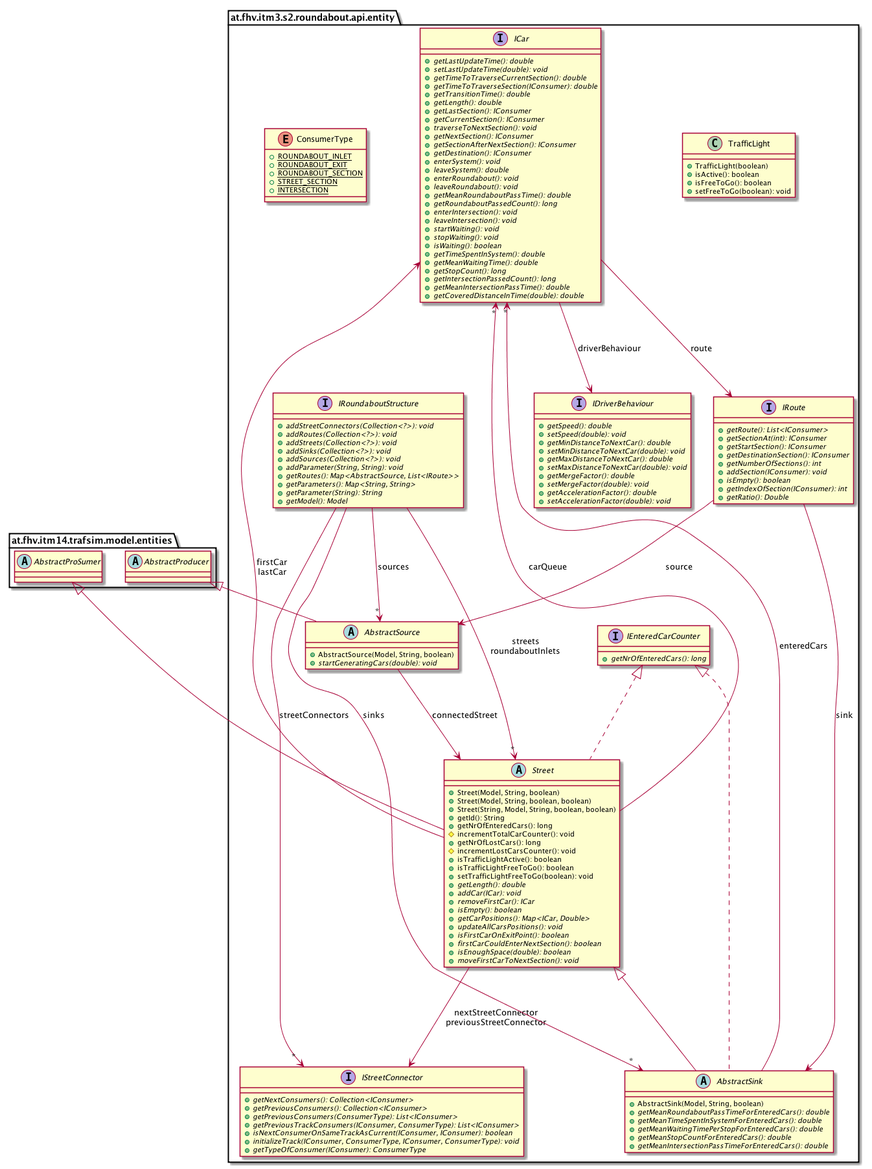
Earlier version of the PlantUML export images/uml-class/at.fhv.itm3.s2.roundabout.api.entity.package.png (sereGkaluv/Roundabout-Simulation-Library).
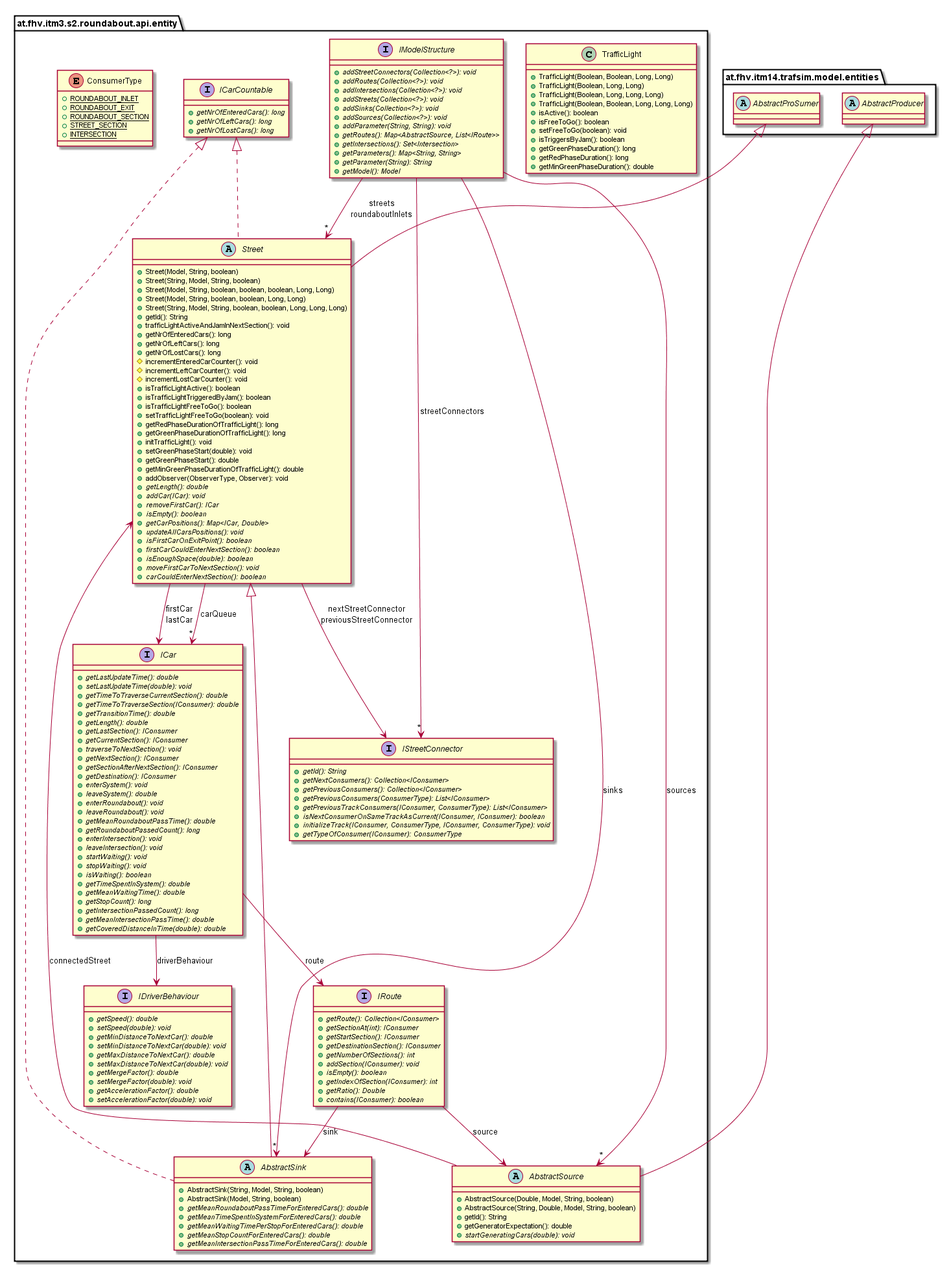
The same diagram one commit later.

What changed in the source:
```diff
@@ -1,6 +1,97 @@
 @startuml
 
     namespace at.fhv.itm3.s2.roundabout.api.entity {
+
+        class TrafficLight [[../../../../../at/fhv/itm3/s2/roundabout/api/entity/TrafficLight.html]] {
+            +TrafficLight(Boolean, Boolean, Long, Long)
+            +TrafficLight(Boolean, Long, Long)
+            +TrafficLight(Boolean, Long, Long, Long)
+            +TrafficLight(Boolean, Boolean, Long, Long, Long)
+            +isActive(): boolean
+            +isFreeToGo(): boolean
+            +setFreeToGo(boolean): void
+            +isTriggersByJam(): boolean
+            +getGreenPhaseDuration(): long
+            +getRedPhaseDuration(): long
+            +getMinGreenPhaseDuration(): double
+        }
+
+        abstract class Street [[../../../../../at/fhv/itm3/s2/roundabout/api/entity/Street.html]] {
+            +Street(Model, String, boolean)
+            +Street(String, Model, String, boolean)
+            +Street(Model, String, boolean, boolean, boolean, Long, Long)
+            +Street(Model, String, boolean, boolean, Long, Long)
+            +Street(String, Model, String, boolean, boolean, Long, Long, Long)
+            +getId(): String
+            +trafficLightActiveAndJamInNextSection(): void
+            +getNrOfEnteredCars(): long
+            +getNrOfLeftCars(): long
+            +getNrOfLostCars(): long
+            #incrementEnteredCarCounter(): void
+            #incrementLeftCarCounter(): void
+            #incrementLostCarCounter(): void
+            +isTrafficLightActive(): boolean
+            +isTrafficLightTriggeredByJam(): boolean
+            +isTrafficLightFreeToGo(): boolean
+            +setTrafficLightFreeToGo(boolean): void
+            +getRedPhaseDurationOfTrafficLight(): long
+            +getGreenPhaseDurationOfTrafficLight(): long
+            +initTrafficLight(): void
+            +setGreenPhaseStart(double): void
+            +getGreenPhaseStart(): double
+            +getMinGreenPhaseDurationOfTrafficLight(): double
+            +addObserver(ObserverType, Observer): void
+            {abstract} +getLength(): double
+            {abstract} +addCar(ICar): void
+            {abstract} +removeFirstCar(): ICar
+            {abstract} +isEmpty(): boolean
+            {abstract} +getCarPositions(): Map<ICar, Double>
+            {abstract} +updateAllCarsPositions(): void
+            {abstract} +isFirstCarOnExitPoint(): boolean
+            {abstract} +firstCarCouldEnterNextSection(): boolean
+            {abstract} +isEnoughSpace(double): boolean
+            {abstract} +moveFirstCarToNextSection(): void
+            {abstract} +carCouldEnterNextSection(): boolean
+        }
+
+        interface IStreetConnector [[../../../../../at/fhv/itm3/s2/roundabout/api/entity/IStreetConnector.html]] {
+            {abstract} +getId(): String
+            {abstract} +getNextConsumers(): Collection<IConsumer>
+            {abstract} +getPreviousConsumers(): Collection<IConsumer>
+            {abstract} +getPreviousConsumers(ConsumerType): List<IConsumer>
+            {abstract} +getPreviousTrackConsumers(IConsumer, ConsumerType): List<IConsumer>
+            {abstract} +isNextConsumerOnSameTrackAsCurrent(IConsumer, IConsumer): boolean
+            {abstract} +initializeTrack(IConsumer, ConsumerType, IConsumer, ConsumerType): void
+            {abstract} +getTypeOfConsumer(IConsumer): ConsumerType
+        }
+
+        interface IRoute [[../../../../../at/fhv/itm3/s2/roundabout/api/entity/IRoute.html]] {
+            {abstract} +getRoute(): Collection<IConsumer>
+            {abstract} +getSectionAt(int): IConsumer
+            {abstract} +getStartSection(): IConsumer
+            {abstract} +getDestinationSection(): IConsumer
+            {abstract} +getNumberOfSections(): int
+            {abstract} +addSection(IConsumer): void
+            {abstract} +isEmpty(): boolean
+            {abstract} +getIndexOfSection(IConsumer): int
+            {abstract} +getRatio(): Double
+            {abstract} +contains(IConsumer): boolean
+        }
+
+        interface IModelStructure [[../../../../../at/fhv/itm3/s2/roundabout/api/entity/IModelStructure.html]] {
+            {abstract} +addStreetConnectors(Collection<?>): void
+            {abstract} +addRoutes(Collection<?>): void
+            {abstract} +addIntersections(Collection<?>): void
+            {abstract} +addStreets(Collection<?>): void
+            {abstract} +addSinks(Collection<?>): void
+            {abstract} +addSources(Collection<?>): void
+            {abstract} +addParameter(String, String): void
+            {abstract} +getRoutes(): Map<AbstractSource, List<IRoute>>
+            {abstract} +getIntersections(): Set<Intersection>
+            {abstract} +getParameters(): Map<String, String>
+            {abstract} +getParameter(String): String
+            {abstract} +getModel(): Model
+        }
 
         interface IDriverBehaviour [[../../../../../at/fhv/itm3/s2/roundabout/api/entity/IDriverBehaviour.html]] {
             {abstract} +getSpeed(): double
@@ -15,75 +106,10 @@
             {abstract} +setAccelerationFactor(double): void
         }
 
-        class TrafficLight [[../../../../../at/fhv/itm3/s2/roundabout/api/entity/TrafficLight.html]] {
-            +TrafficLight(boolean)
-            +isActive(): boolean
-            +isFreeToGo(): boolean
-            +setFreeToGo(boolean): void
-        }
-
-        interface IStreetConnector [[../../../../../at/fhv/itm3/s2/roundabout/api/entity/IStreetConnector.html]] {
-            {abstract} +getNextConsumers(): Collection<IConsumer>
-            {abstract} +getPreviousConsumers(): Collection<IConsumer>
-            {abstract} +getPreviousConsumers(ConsumerType): List<IConsumer>
-            {abstract} +getPreviousTrackConsumers(IConsumer, ConsumerType): List<IConsumer>
-            {abstract} +isNextConsumerOnSameTrackAsCurrent(IConsumer, IConsumer): boolean
-            {abstract} +initializeTrack(IConsumer, ConsumerType, IConsumer, ConsumerType): void
-            {abstract} +getTypeOfConsumer(IConsumer): ConsumerType
-        }
-
-        abstract class AbstractSource [[../../../../../at/fhv/itm3/s2/roundabout/api/entity/AbstractSource.html]] {
-            +AbstractSource(Model, String, boolean)
-            {abstract} +startGeneratingCars(double): void
-        }
-
-        abstract class Street [[../../../../../at/fhv/itm3/s2/roundabout/api/entity/Street.html]] {
-            +Street(Model, String, boolean)
-            +Street(Model, String, boolean, boolean)
-            +Street(String, Model, String, boolean, boolean)
-            +getId(): String
-            +getNrOfEnteredCars(): long
-            #incrementTotalCarCounter(): void
-            +getNrOfLostCars(): long
-            #incrementLostCarsCounter(): void
-            +isTrafficLightActive(): boolean
-            +isTrafficLightFreeToGo(): boolean
-            +setTrafficLightFreeToGo(boolean): void
-            {abstract} +getLength(): double
-            {abstract} +addCar(ICar): void
-            {abstract} +removeFirstCar(): ICar
-            {abstract} +isEmpty(): boolean
-            {abstract} +getCarPositions(): Map<ICar, Double>
-            {abstract} +updateAllCarsPositions(): void
-            {abstract} +isFirstCarOnExitPoint(): boolean
-            {abstract} +firstCarCouldEnterNextSection(): boolean
-            {abstract} +isEnoughSpace(double): boolean
-            {abstract} +moveFirstCarToNextSection(): void
-        }
-
-        interface IRoute [[../../../../../at/fhv/itm3/s2/roundabout/api/entity/IRoute.html]] {
-            {abstract} +getRoute(): List<IConsumer>
-            {abstract} +getSectionAt(int): IConsumer
-            {abstract} +getStartSection(): IConsumer
-            {abstract} +getDestinationSection(): IConsumer
-            {abstract} +getNumberOfSections(): int
-            {abstract} +addSection(IConsumer): void
-            {abstract} +isEmpty(): boolean
-            {abstract} +getIndexOfSection(IConsumer): int
-            {abstract} +getRatio(): Double
-        }
-
-        abstract class AbstractSink [[../../../../../at/fhv/itm3/s2/roundabout/api/entity/AbstractSink.html]] {
-            +AbstractSink(Model, String, boolean)
-            {abstract} +getMeanRoundaboutPassTimeForEnteredCars(): double
-            {abstract} +getMeanTimeSpentInSystemForEnteredCars(): double
-            {abstract} +getMeanWaitingTimePerStopForEnteredCars(): double
-            {abstract} +getMeanStopCountForEnteredCars(): double
-            {abstract} +getMeanIntersectionPassTimeForEnteredCars(): double
-        }
-
-        interface IEnteredCarCounter [[../../../../../at/fhv/itm3/s2/roundabout/api/entity/IEnteredCarCounter.html]] {
+        interface ICarCountable [[../../../../../at/fhv/itm3/s2/roundabout/api/entity/ICarCountable.html]] {
             {abstract} +getNrOfEnteredCars(): long
+            {abstract} +getNrOfLeftCars(): long
+            {abstract} +getNrOfLostCars(): long
         }
 
         interface ICar [[../../../../../at/fhv/itm3/s2/roundabout/api/entity/ICar.html]] {
@@ -126,32 +152,35 @@
             {static} +INTERSECTION
         }
 
-        interface IRoundaboutStructure [[../../../../../at/fhv/itm3/s2/roundabout/api/entity/IRoundaboutStructure.html]] {
-            {abstract} +addStreetConnectors(Collection<?>): void
-            {abstract} +addRoutes(Collection<?>): void
-            {abstract} +addStreets(Collection<?>): void
-            {abstract} +addSinks(Collection<?>): void
-            {abstract} +addSources(Collection<?>): void
-            {abstract} +addParameter(String, String): void
-            {abstract} +getRoutes(): Map<AbstractSource, List<IRoute>>
-            {abstract} +getParameters(): Map<String, String>
-            {abstract} +getParameter(String): String
-            {abstract} +getModel(): Model
+        abstract class AbstractSource [[../../../../../at/fhv/itm3/s2/roundabout/api/entity/AbstractSource.html]] {
+            +AbstractSource(Double, Model, String, boolean)
+            +AbstractSource(String, Double, Model, String, boolean)
+            +getId(): String
+            +getGeneratorExpectation(): double
+            {abstract} +startGeneratingCars(double): void
         }
+
+        abstract class AbstractSink [[../../../../../at/fhv/itm3/s2/roundabout/api/entity/AbstractSink.html]] {
+            +AbstractSink(String, Model, String, boolean)
+            +AbstractSink(Model, String, boolean)
+            {abstract} +getMeanRoundaboutPassTimeForEnteredCars(): double
+            {abstract} +getMeanTimeSpentInSystemForEnteredCars(): double
+            {abstract} +getMeanWaitingTimePerStopForEnteredCars(): double
+            {abstract} +getMeanStopCountForEnteredCars(): double
+            {abstract} +getMeanIntersectionPassTimeForEnteredCars(): double
+        }
+
+        abstract class at.fhv.itm14.trafsim.model.entities.AbstractProSumer
+        at.fhv.itm14.trafsim.model.entities.AbstractProSumer <|-- Street
+
+        ICarCountable <|.. Street
 
         abstract class at.fhv.itm14.trafsim.model.entities.AbstractProducer
         at.fhv.itm14.trafsim.model.entities.AbstractProducer <|-- AbstractSource
 
-        abstract class at.fhv.itm14.trafsim.model.entities.AbstractProSumer
-        at.fhv.itm14.trafsim.model.entities.AbstractProSumer <|-- Street
-
-        IEnteredCarCounter <|.. Street
-
         Street <|-- AbstractSink
 
-        IEnteredCarCounter <|.. AbstractSink
-
-        AbstractSource --> Street: connectedStreet
+        ICarCountable <|.. AbstractSink
 
         Street --> ICar: firstCar\nlastCar
 
@@ -163,19 +192,19 @@
 
         IRoute --> AbstractSink: sink
 
-        AbstractSink --> "*" ICar: enteredCars
+        IModelStructure --> "*" IStreetConnector: streetConnectors
+
+        IModelStructure --> "*" Street: streets\nroundaboutInlets
+
+        IModelStructure --> "*" AbstractSink: sinks
+
+        IModelStructure --> "*" AbstractSource: sources
 
         ICar --> IDriverBehaviour: driverBehaviour
 
         ICar --> IRoute: route
 
-        IRoundaboutStructure --> "*" IStreetConnector: streetConnectors
-
-        IRoundaboutStructure --> "*" Street: streets\nroundaboutInlets
-
-        IRoundaboutStructure --> "*" AbstractSink: sinks
-
-        IRoundaboutStructure --> "*" AbstractSource: sources
+        AbstractSource --> Street: connectedStreet
 
     }
 
```
